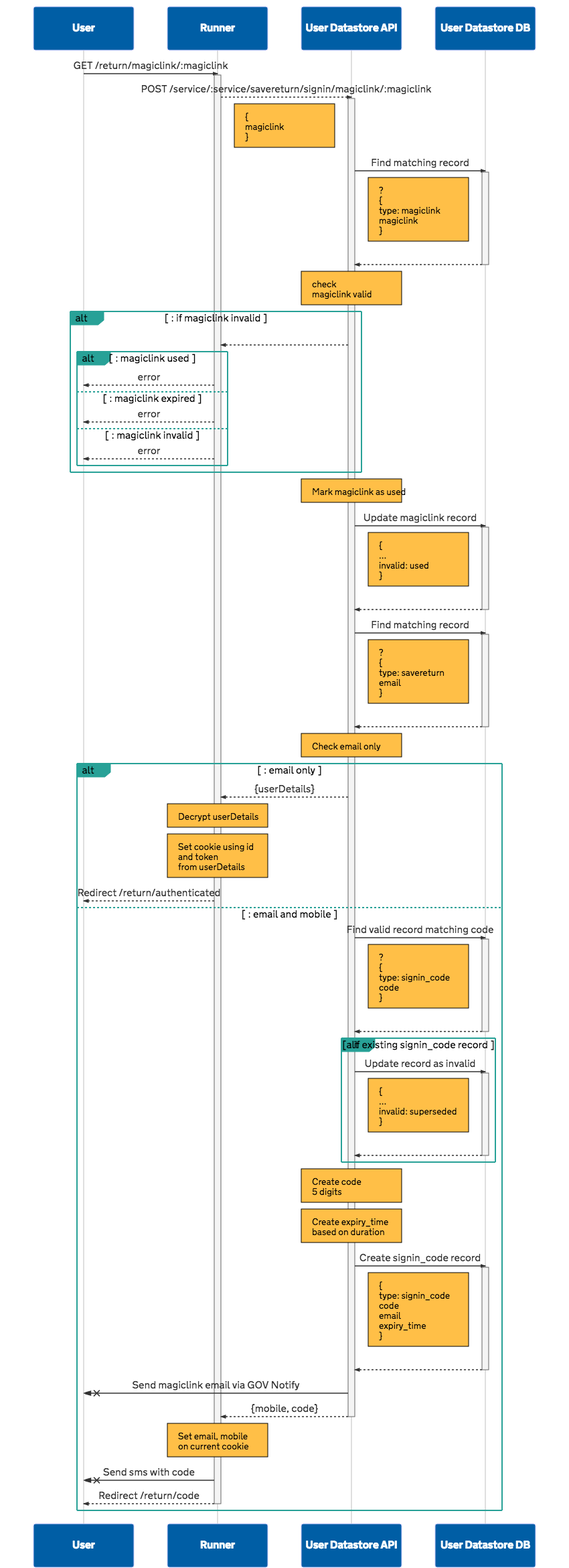
Earlier version of the Mermaid export documentation/running/save-and-return/images/return--signin--magiclink.png (ministryofjustice/form-builder). Its source is kept beside it as documentation/running/save-and-return/files/return--signin--magiclink.mmd. Source of this version:
```mermaid
sequenceDiagram

participant U as User

participant R as Runner

participant DS as User Datastore API

participant DB as User Datastore DB

U->>+R: GET /return/magiclink/:magiclink

R-->>+DS: POST /service/:service/savereturn/signin/magiclink/:magiclink

Note right of R: {<br>magiclink<br>}

DS->>+DB: Find matching record

Note right of DS: ?<br>{<br>type: magiclink<br>magiclink<br>}

DB-->>-DS:

Note over DS: check <br>magiclink valid

alt: if magiclink invalid

  DS-->>R:

  alt: magiclink used

    R-->>U: error

  else: magiclink expired

    R-->>U: error

  else: magiclink invalid

    R-->>U: error

  end

end

  Note over DS: Mark magiclink as used

  DS->>+DB: Update magiclink record

  Note right of DS: {<br>...<br>invalid: used<br>}

  DB-->>-DS:

DS->>+DB: Find matching record

Note right of DS: ?<br>{<br>type: savereturn<br>email<br>}

DB-->>-DS:

Note over DS: Check email only

alt: email only

DS-->>R:   {userDetails}

Note over R: Decrypt userDetails

Note over R: Set cookie using id <br>and token <br>from userDetails

R-->>U:  Redirect /return/authenticated

else: email and mobile

DS->>+DB: Find valid record matching code

Note right of DS: ?<br>{<br>type: signin_code<br>code<br>}

DB-->>-DS:

alt: if existing signin_code record

DS->>+DB: Update record as invalid

Note right of DS: {<br>...<br>invalid: superseded<br>}

DB-->>-DS:

end

Note over DS: Create  code<br>5 digits

Note over DS: Create expiry_time<br>based on duration

DS->>+DB: Create signin_code record

Note right of DS: { <br>type: signin_code<br>code<br>email<br>expiry_time<br> }

DB-->>-DS:

DS-XU: Send magiclink email via GOV Notify


DS-->>-R:   {mobile, code}

Note over R: Set email, mobile<br>on current cookie

R-XU: Send sms with code

R-->>-U: Redirect /return/code

end
```
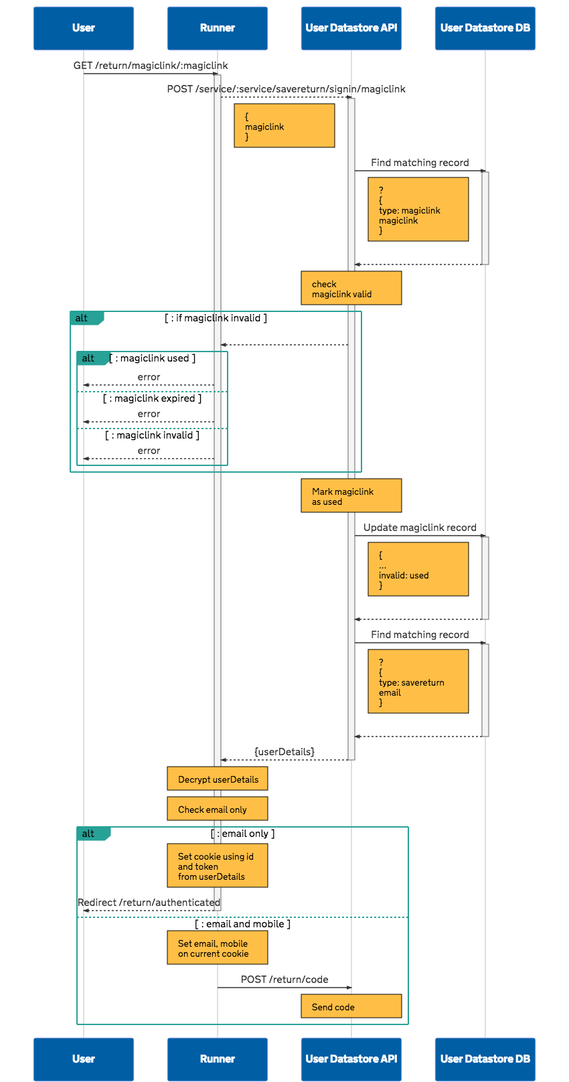
After the change.

The edit, as a diff of the source:
```diff
@@ -10,7 +10,7 @@
 
 U->>+R: GET /return/magiclink/:magiclink
 
-R-->>+DS: POST /service/:service/savereturn/signin/magiclink/:magiclink
+R-->>+DS: POST /service/:service/savereturn/signin/magiclink
 
 Note right of R: {<br>magiclink<br>}
 
@@ -42,7 +42,7 @@
 
 end
 
-  Note over DS: Mark magiclink as used
+  Note over DS: Mark magiclink <br>as used
 
   DS->>+DB: Update magiclink record
 
@@ -56,55 +56,24 @@
 
 DB-->>-DS:
 
-Note over DS: Check email only
+DS-->>-R:   {userDetails}
+
+Note over R: Decrypt userDetails
+
+Note over R: Check email only
 
 alt: email only
 
-DS-->>R:   {userDetails}
-
-Note over R: Decrypt userDetails
-
 Note over R: Set cookie using id <br>and token <br>from userDetails
 
-R-->>U:  Redirect /return/authenticated
+R-->>-U:  Redirect /return/authenticated
 
 else: email and mobile
 
-DS->>+DB: Find valid record matching code
+Note over R: Set email, mobile<br>on current cookie
 
-Note right of DS: ?<br>{<br>type: signin_code<br>code<br>}
+R->>DS: POST /return/code
 
-DB-->>-DS:
-
-alt: if existing signin_code record
-
-DS->>+DB: Update record as invalid
-
-Note right of DS: {<br>...<br>invalid: superseded<br>}
-
-DB-->>-DS:
+Note over DS: Send code
 
 end
-
-Note over DS: Create  code<br>5 digits
-
-Note over DS: Create expiry_time<br>based on duration
-
-DS->>+DB: Create signin_code record
-
-Note right of DS: { <br>type: signin_code<br>code<br>email<br>expiry_time<br> }
-
-DB-->>-DS:
-
-DS-XU: Send magiclink email via GOV Notify
-
-
-DS-->>-R:   {mobile, code}
-
-Note over R: Set email, mobile<br>on current cookie
-
-R-XU: Send sms with code
-
-R-->>-U: Redirect /return/code
-
-end
```
